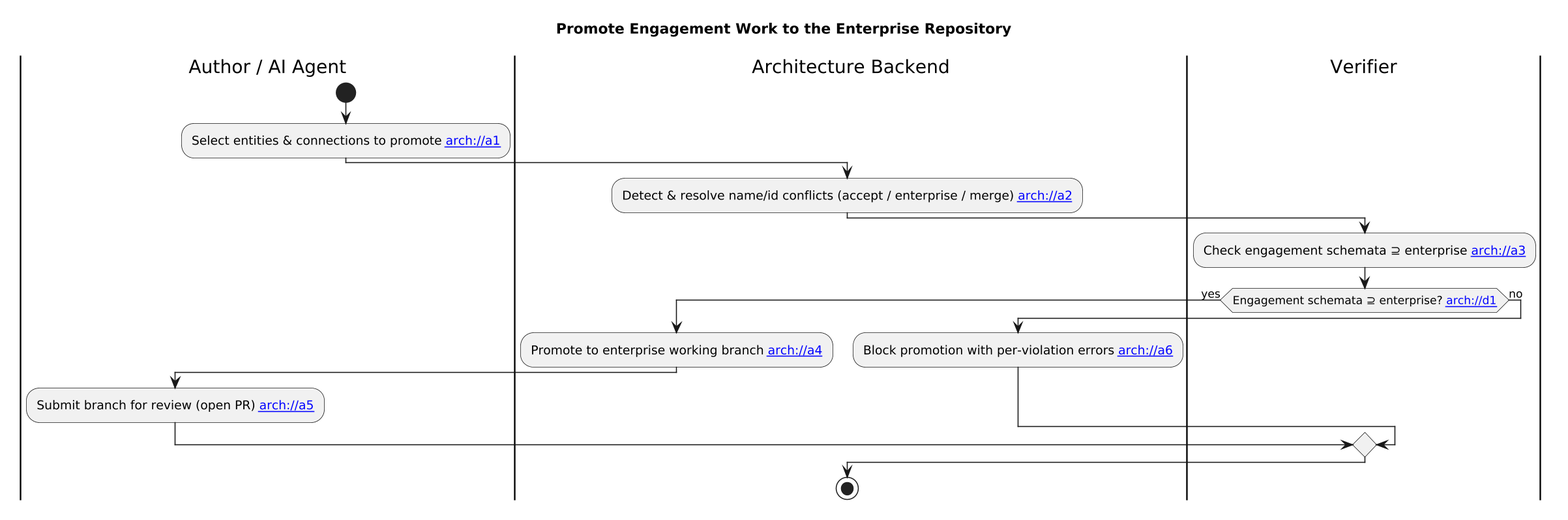
The PlantUML diagram engagements/ENG-ARCH-REPO/architecture-repository/diagram-catalog/rendered/promotion-and-tiering/ACT@1781338474.NTuMXo.promote-engagement-work-to-the-enterprise-baseline.png in mbauer83/assisted-architecture-management, before a commit. Source of this version:
```plantuml
@startuml
skinparamlocked dpi 150
title Promote Engagement Work to the Enterprise Repository

|Author / AI Agent|
start

:Select entities & connections to promote [[arch://a1]];
|Architecture Backend|
:Detect & resolve name/id conflicts (accept / enterprise / merge) [[arch://a2]];
|Verifier|
:Check engagement schemata ⊇ enterprise [[arch://a3]];
if (Engagement schemata ⊇ enterprise? [[arch://d1]]) then (yes)
|Architecture Backend|
:Promote to enterprise working branch [[arch://a4]];
|Author / AI Agent|
:Submit branch for review (open PR) [[arch://a5]];
else (no)
|Architecture Backend|
:Block promotion with per-violation errors [[arch://a6]];
endif

stop
@enduml
```
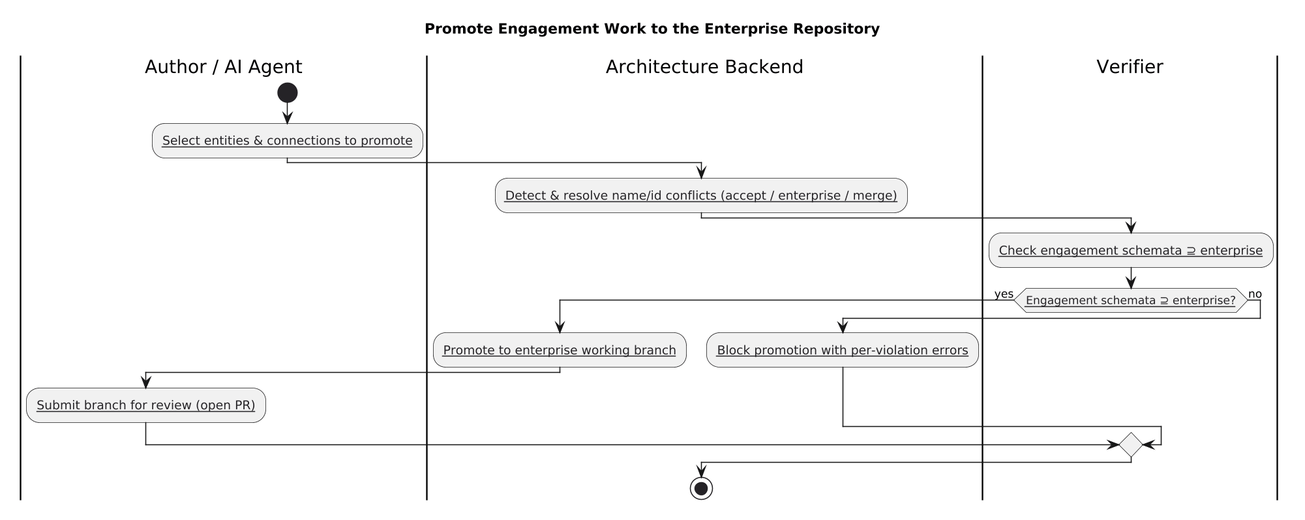
The same diagram one commit later.

Change to the diagram source:
```diff
@@ -1,23 +1,25 @@
 @startuml
 skinparamlocked dpi 150
+skinparam hyperlinkColor #252327
+skinparam hyperlinkUnderline false
 title Promote Engagement Work to the Enterprise Repository
 
 |Author / AI Agent|
 start
 
-:Select entities & connections to promote [[arch://a1]];
+:[[arch://a1 Select entities & connections to promote]];
 |Architecture Backend|
-:Detect & resolve name/id conflicts (accept / enterprise / merge) [[arch://a2]];
+:[[arch://a2 Detect & resolve name/id conflicts (accept / enterprise / merge)]];
 |Verifier|
-:Check engagement schemata ⊇ enterprise [[arch://a3]];
-if (Engagement schemata ⊇ enterprise? [[arch://d1]]) then (yes)
+:[[arch://a3 Check engagement schemata ⊇ enterprise]];
+if ([[arch://d1 Engagement schemata ⊇ enterprise?]]) then (yes)
 |Architecture Backend|
-:Promote to enterprise working branch [[arch://a4]];
+:[[arch://a4 Promote to enterprise working branch]];
 |Author / AI Agent|
-:Submit branch for review (open PR) [[arch://a5]];
+:[[arch://a5 Submit branch for review (open PR)]];
 else (no)
 |Architecture Backend|
-:Block promotion with per-violation errors [[arch://a6]];
+:[[arch://a6 Block promotion with per-violation errors]];
 endif
 
 stop
```
